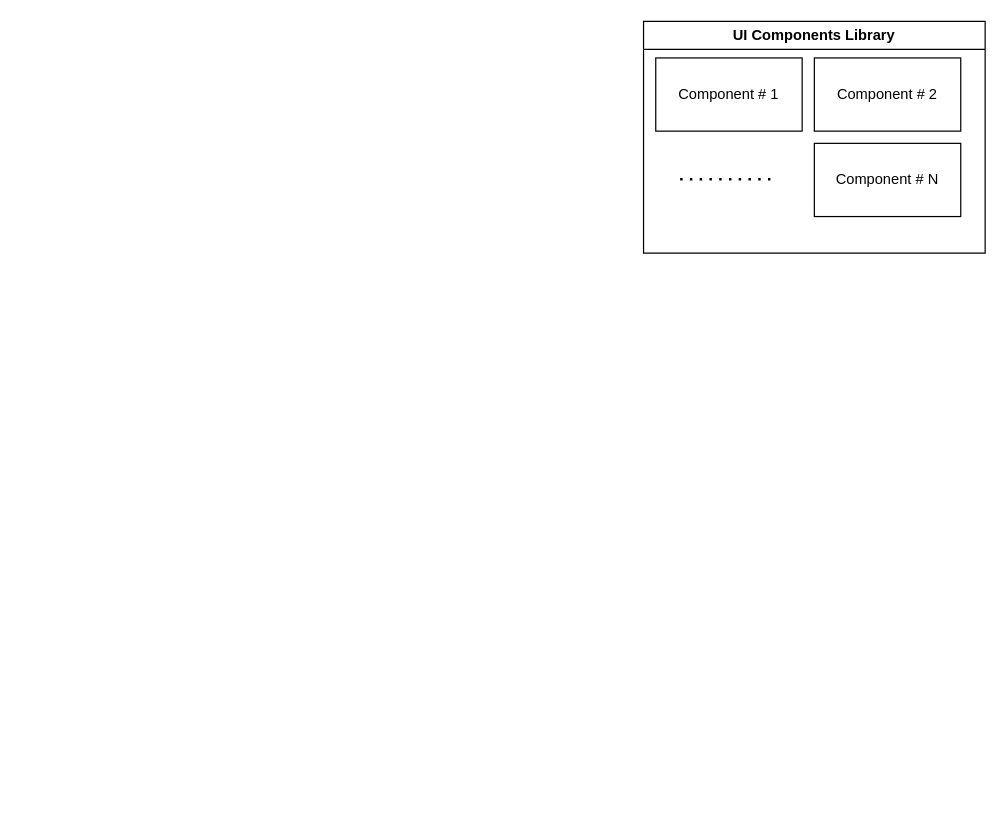
Before: ui-components-library.drawio in jabir-hussain/clinic, a draw.io diagram. Source tidied: cells renumbered, new cells numbered last; positions are measured from the earlier drawing's top-left corner, leaving out a move shared by most shapes. Both pictures are drawn from the tidied source at 122%, with x=0, y=0 at pixel (643, 21).
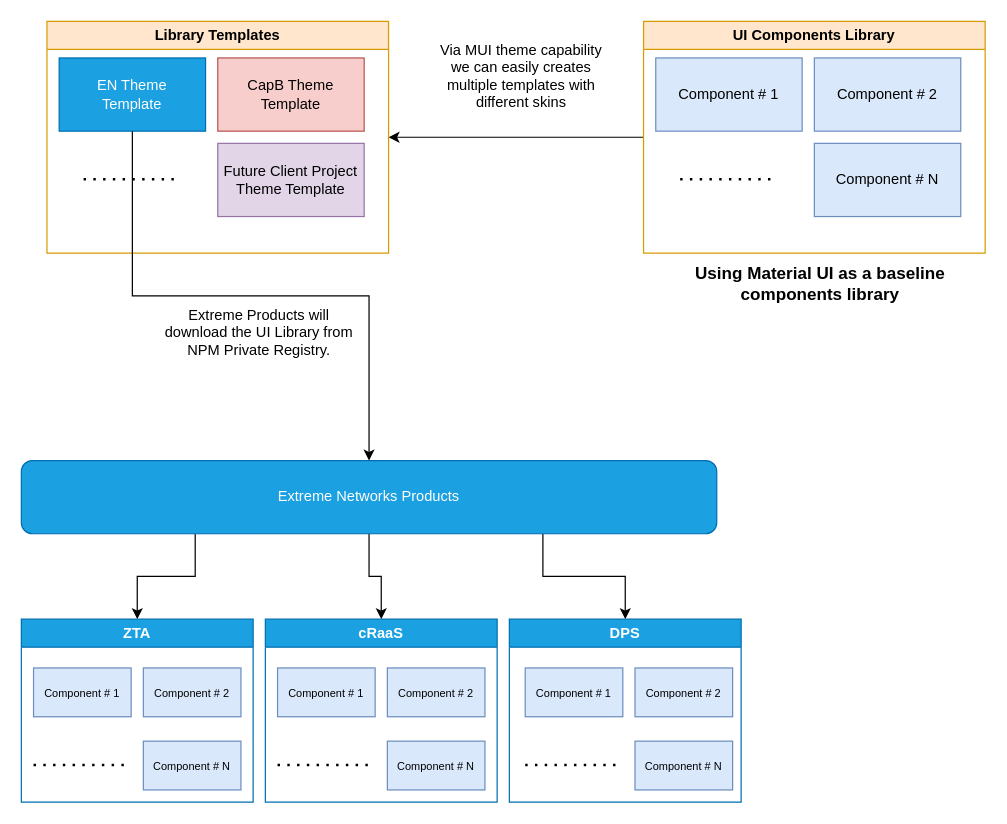
Above is the later version.

What changed in the source:
```diff
@@
+    <mxCell id="7" style="edgeStyle=orthogonalEdgeStyle;rounded=0;jettySize=auto;html=1;entryX=1;entryY=0.5;entryDx=0;entryDy=0;" parent="1" edge="1" source="2" target="15">
+      <mxGeometry relative="1" as="geometry" />
+    </mxCell>
-    <mxCell id="2" value="UI Components Library" style="swimlane;whiteSpace=wrap;html=1;" parent="1" vertex="1">
+    <mxCell id="2" value="UI Components Library" style="swimlane;whiteSpace=wrap;html=1;fillColor=#ffe6cc;strokeColor=#d79b00;" parent="1" vertex="1">
       <mxGeometry width="280" height="190" as="geometry" />
     </mxCell>
-    <mxCell id="3" value="Component # 1" style="rounded=0;whiteSpace=wrap;html=1;" parent="2" vertex="1">
+    <mxCell id="3" value="Component # 1" style="rounded=0;whiteSpace=wrap;html=1;fillColor=#dae8fc;strokeColor=#6c8ebf;" parent="2" vertex="1">
       <mxGeometry x="10" y="30" width="120" height="60" as="geometry" />
     </mxCell>
-    <mxCell id="4" value="Component # 2" style="rounded=0;whiteSpace=wrap;html=1;" parent="2" vertex="1">
+    <mxCell id="4" value="Component # 2" style="rounded=0;whiteSpace=wrap;html=1;fillColor=#dae8fc;strokeColor=#6c8ebf;" parent="2" vertex="1">
       <mxGeometry x="140" y="30" width="120" height="60" as="geometry" />
     </mxCell>
-    <mxCell id="5" value="Component # N" style="rounded=0;whiteSpace=wrap;html=1;" parent="2" vertex="1">
+    <mxCell id="5" value="Component # N" style="rounded=0;whiteSpace=wrap;html=1;fillColor=#dae8fc;strokeColor=#6c8ebf;" parent="2" vertex="1">
       <mxGeometry x="140" y="100" width="120" height="60" as="geometry" />
     </mxCell>
@@
+    <mxCell id="8" style="edgeStyle=orthogonalEdgeStyle;rounded=0;jettySize=auto;html=1;exitX=0.25;exitY=1;exitDx=0;exitDy=0;entryX=0.5;entryY=0;entryDx=0;entryDy=0;" parent="1" edge="1" source="11" target="12">
+      <mxGeometry relative="1" as="geometry" />
+    </mxCell>
+    <mxCell id="9" style="edgeStyle=orthogonalEdgeStyle;rounded=0;jettySize=auto;html=1;entryX=0.5;entryY=0;entryDx=0;entryDy=0;" parent="1" edge="1" source="11" target="13">
+      <mxGeometry relative="1" as="geometry" />
+    </mxCell>
+    <mxCell id="10" style="edgeStyle=orthogonalEdgeStyle;rounded=0;jettySize=auto;html=1;exitX=0.75;exitY=1;exitDx=0;exitDy=0;entryX=0.5;entryY=0;entryDx=0;entryDy=0;" parent="1" edge="1" source="11" target="14">
+      <mxGeometry relative="1" as="geometry" />
+    </mxCell>
+    <mxCell id="11" value="Extreme Networks Products" style="rounded=1;whiteSpace=wrap;html=1;fillColor=#1ba1e2;strokeColor=#006EAF;fontColor=#ffffff;" parent="1" vertex="1">
+      <mxGeometry x="-510" y="360" width="570" height="60" as="geometry" />
+    </mxCell>
+    <mxCell id="12" value="ZTA" style="swimlane;whiteSpace=wrap;html=1;fillColor=#1ba1e2;strokeColor=#006EAF;fontColor=#ffffff;" parent="1" vertex="1">
+      <mxGeometry x="-510" y="490" width="190" height="150" as="geometry" />
+    </mxCell>
+    <mxCell id="13" value="cRaaS" style="swimlane;whiteSpace=wrap;html=1;fillColor=#1ba1e2;strokeColor=#006EAF;fontColor=#ffffff;" parent="1" vertex="1">
+      <mxGeometry x="-310" y="490" width="190" height="150" as="geometry" />
+    </mxCell>
+    <mxCell id="14" value="DPS" style="swimlane;whiteSpace=wrap;html=1;fillColor=#1ba1e2;strokeColor=#006EAF;fontColor=#ffffff;" parent="1" vertex="1">
+      <mxGeometry x="-110" y="490" width="190" height="150" as="geometry" />
+    </mxCell>
+    <mxCell id="15" value="Library Templates" style="swimlane;whiteSpace=wrap;html=1;fillColor=#ffe6cc;strokeColor=#d79b00;startSize=23;" parent="1" vertex="1">
+      <mxGeometry x="-489" width="280" height="190" as="geometry" />
+    </mxCell>
+    <mxCell id="16" value="EN Theme &lt;br&gt;Template" style="rounded=0;whiteSpace=wrap;html=1;fillColor=#1ba1e2;strokeColor=#006EAF;fontColor=#ffffff;" parent="15" vertex="1">
+      <mxGeometry x="10" y="30" width="120" height="60" as="geometry" />
+    </mxCell>
+    <mxCell id="17" value="CapB Theme Template" style="rounded=0;whiteSpace=wrap;html=1;fillColor=#f8cecc;strokeColor=#b85450;" parent="15" vertex="1">
+      <mxGeometry x="140" y="30" width="120" height="60" as="geometry" />
+    </mxCell>
+    <mxCell id="18" value="Future Client Project Theme Template" style="rounded=0;whiteSpace=wrap;html=1;fillColor=#e1d5e7;strokeColor=#9673a6;" parent="15" vertex="1">
+      <mxGeometry x="140" y="100" width="120" height="60" as="geometry" />
+    </mxCell>
+    <mxCell id="19" style="endArrow=none;dashed=1;html=1;dashPattern=1 3;strokeWidth=2;rounded=0;" parent="15" edge="1">
+      <mxGeometry relative="1" as="geometry">
+        <mxPoint x="30" y="129.5" as="sourcePoint" />
+        <mxPoint x="110" y="129.5" as="targetPoint" />
+        <Array as="points">
+          <mxPoint x="70" y="129.5" />
+        </Array>
+      </mxGeometry>
+    </mxCell>
+    <mxCell id="20" style="edgeStyle=orthogonalEdgeStyle;rounded=0;jettySize=auto;html=1;" parent="1" edge="1" source="16" target="11">
+      <mxGeometry relative="1" as="geometry" />
+    </mxCell>
+    <mxCell id="21" value="Via MUI theme capability we can easily creates multiple templates with different skins" style="text;html=1;strokeColor=none;fillColor=none;align=center;verticalAlign=middle;whiteSpace=wrap;rounded=0;" parent="1" vertex="1">
+      <mxGeometry x="-170" y="30" width="140" height="30" as="geometry" />
+    </mxCell>
+    <mxCell id="22" value="&lt;font style=&quot;font-size: 9px;&quot;&gt;Component # 1&lt;/font&gt;" style="rounded=0;whiteSpace=wrap;html=1;fillColor=#dae8fc;strokeColor=#6c8ebf;" parent="1" vertex="1">
+      <mxGeometry x="-500" y="530" width="80" height="40" as="geometry" />
+    </mxCell>
+    <mxCell id="23" style="endArrow=none;dashed=1;html=1;dashPattern=1 3;strokeWidth=2;rounded=0;" parent="1" edge="1">
+      <mxGeometry relative="1" as="geometry">
+        <mxPoint x="-500" y="609.5" as="sourcePoint" />
+        <mxPoint x="-420" y="609.5" as="targetPoint" />
+        <Array as="points">
+          <mxPoint x="-460" y="609.5" />
+        </Array>
+      </mxGeometry>
+    </mxCell>
+    <mxCell id="24" value="&lt;font style=&quot;font-size: 9px;&quot;&gt;Component # 2&lt;/font&gt;" style="rounded=0;whiteSpace=wrap;html=1;fillColor=#dae8fc;strokeColor=#6c8ebf;" parent="1" vertex="1">
+      <mxGeometry x="-410" y="530" width="80" height="40" as="geometry" />
+    </mxCell>
+    <mxCell id="25" value="&lt;font style=&quot;font-size: 9px;&quot;&gt;Component # N&lt;/font&gt;" style="rounded=0;whiteSpace=wrap;html=1;fillColor=#dae8fc;strokeColor=#6c8ebf;" parent="1" vertex="1">
+      <mxGeometry x="-410" y="590" width="80" height="40" as="geometry" />
+    </mxCell>
+    <mxCell id="26" value="&lt;font style=&quot;font-size: 9px;&quot;&gt;Component # 1&lt;/font&gt;" style="rounded=0;whiteSpace=wrap;html=1;fillColor=#dae8fc;strokeColor=#6c8ebf;" parent="1" vertex="1">
+      <mxGeometry x="-300" y="530" width="80" height="40" as="geometry" />
+    </mxCell>
+    <mxCell id="27" style="endArrow=none;dashed=1;html=1;dashPattern=1 3;strokeWidth=2;rounded=0;" parent="1" edge="1">
+      <mxGeometry relative="1" as="geometry">
+        <mxPoint x="-300" y="609.5" as="sourcePoint" />
+        <mxPoint x="-220" y="609.5" as="targetPoint" />
+        <Array as="points">
+          <mxPoint x="-260" y="609.5" />
+        </Array>
+      </mxGeometry>
+    </mxCell>
+    <mxCell id="28" value="&lt;font style=&quot;font-size: 9px;&quot;&gt;Component # 2&lt;/font&gt;" style="rounded=0;whiteSpace=wrap;html=1;fillColor=#dae8fc;strokeColor=#6c8ebf;" parent="1" vertex="1">
+      <mxGeometry x="-210" y="530" width="80" height="40" as="geometry" />
+    </mxCell>
+    <mxCell id="29" value="&lt;font style=&quot;font-size: 9px;&quot;&gt;Component # N&lt;/font&gt;" style="rounded=0;whiteSpace=wrap;html=1;fillColor=#dae8fc;strokeColor=#6c8ebf;" parent="1" vertex="1">
+      <mxGeometry x="-210" y="590" width="80" height="40" as="geometry" />
+    </mxCell>
+    <mxCell id="30" value="&lt;font style=&quot;font-size: 9px;&quot;&gt;Component # 1&lt;/font&gt;" style="rounded=0;whiteSpace=wrap;html=1;fillColor=#dae8fc;strokeColor=#6c8ebf;" parent="1" vertex="1">
+      <mxGeometry x="-97" y="530" width="80" height="40" as="geometry" />
+    </mxCell>
+    <mxCell id="31" style="endArrow=none;dashed=1;html=1;dashPattern=1 3;strokeWidth=2;rounded=0;" parent="1" edge="1">
+      <mxGeometry relative="1" as="geometry">
+        <mxPoint x="-97" y="609.5" as="sourcePoint" />
+        <mxPoint x="-17" y="609.5" as="targetPoint" />
+        <Array as="points">
+          <mxPoint x="-57" y="609.5" />
+        </Array>
+      </mxGeometry>
+    </mxCell>
+    <mxCell id="32" value="&lt;font style=&quot;font-size: 9px;&quot;&gt;Component # 2&lt;/font&gt;" style="rounded=0;whiteSpace=wrap;html=1;fillColor=#dae8fc;strokeColor=#6c8ebf;" parent="1" vertex="1">
+      <mxGeometry x="-7" y="530" width="80" height="40" as="geometry" />
+    </mxCell>
+    <mxCell id="33" value="&lt;font style=&quot;font-size: 9px;&quot;&gt;Component # N&lt;/font&gt;" style="rounded=0;whiteSpace=wrap;html=1;fillColor=#dae8fc;strokeColor=#6c8ebf;" parent="1" vertex="1">
+      <mxGeometry x="-7" y="590" width="80" height="40" as="geometry" />
+    </mxCell>
+    <mxCell id="34" value="Extreme Products will download the UI Library from NPM Private Registry." style="text;html=1;strokeColor=none;fillColor=none;align=center;verticalAlign=middle;whiteSpace=wrap;rounded=0;" parent="1" vertex="1">
+      <mxGeometry x="-400" y="240" width="170" height="30" as="geometry" />
+    </mxCell>
+    <mxCell id="35" value="&lt;font style=&quot;font-size: 14px;&quot;&gt;&lt;b&gt;Using Material UI as a baseline components library&lt;/b&gt;&lt;/font&gt;" style="text;html=1;strokeColor=none;fillColor=none;align=center;verticalAlign=middle;whiteSpace=wrap;rounded=0;" parent="1" vertex="1">
+      <mxGeometry x="30" y="200" width="230" height="30" as="geometry" />
+    </mxCell>
```
